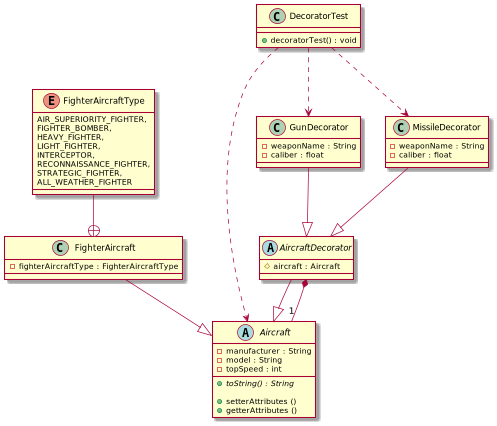
Above: src/main/java/com/rezahdrm/structural/decorator/decoratorUML.png in reza-hdrm/DesignPatterns (PlantUML), before the change. Source of this version:
```plantuml
@startuml

abstract class Aircraft {
    - manufacturer : String
    - model : String
    - topSpeed : int

    + {abstract} toString() : String

    + setterAttributes ()
    + getterAttributes ()
}

class FighterAircraft {
    - fighterAircraftType : FighterAircraftType
}

enum FighterAircraftType {
    AIR_SUPERIORITY_FIGHTER,
    FIGHTER_BOMBER,
    HEAVY_FIGHTER,
    LIGHT_FIGHTER,
    INTERCEPTOR,
    RECONNAISSANCE_FIGHTER,
    STRATEGIC_FIGHTER,
    ALL_WEATHER_FIGHTER
}

abstract class AircraftDecorator {
    # aircraft : Aircraft
}

class GunDecorator {
    - weaponName : String
    - caliber : float
}

class MissileDecorator {
    - weaponName : String
    - caliber : float
}

class DecoratorTest {
    + decoratorTest() : void
}


FighterAircraft --|> Aircraft
AircraftDecorator --|> Aircraft
AircraftDecorator *--"1" Aircraft
FighterAircraftType --+ FighterAircraft
GunDecorator --|> AircraftDecorator
MissileDecorator --|> AircraftDecorator
DecoratorTest ..> Aircraft
DecoratorTest ..> MissileDecorator
DecoratorTest ..> GunDecorator
@enduml
```
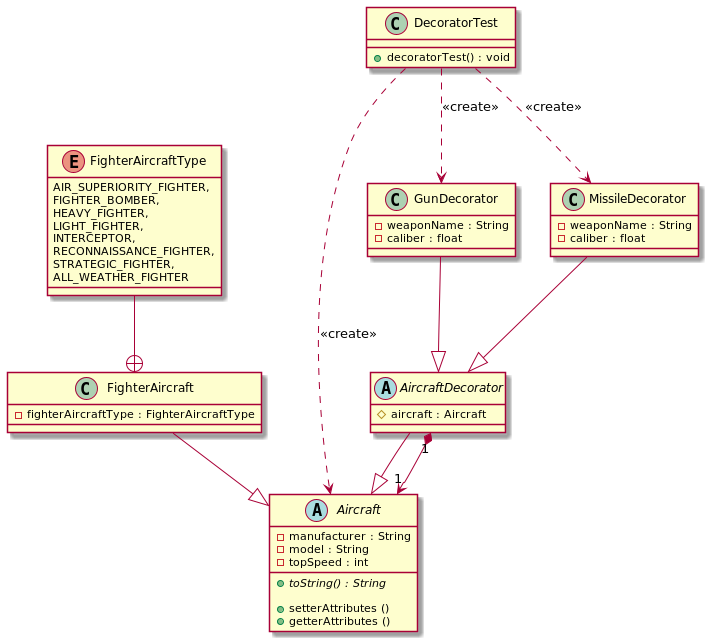
The same diagram one commit later.

What changed in the source:
```diff
@@ -47,11 +47,11 @@
 
 FighterAircraft --|> Aircraft
 AircraftDecorator --|> Aircraft
-AircraftDecorator *--"1" Aircraft
+AircraftDecorator "1"*-->"1" Aircraft
 FighterAircraftType --+ FighterAircraft
 GunDecorator --|> AircraftDecorator
 MissileDecorator --|> AircraftDecorator
-DecoratorTest ..> Aircraft
-DecoratorTest ..> MissileDecorator
-DecoratorTest ..> GunDecorator
+DecoratorTest ..> Aircraft          : <<create>>
+DecoratorTest ..> MissileDecorator  : <<create>>
+DecoratorTest ..> GunDecorator      : <<create>>
 @enduml
```
